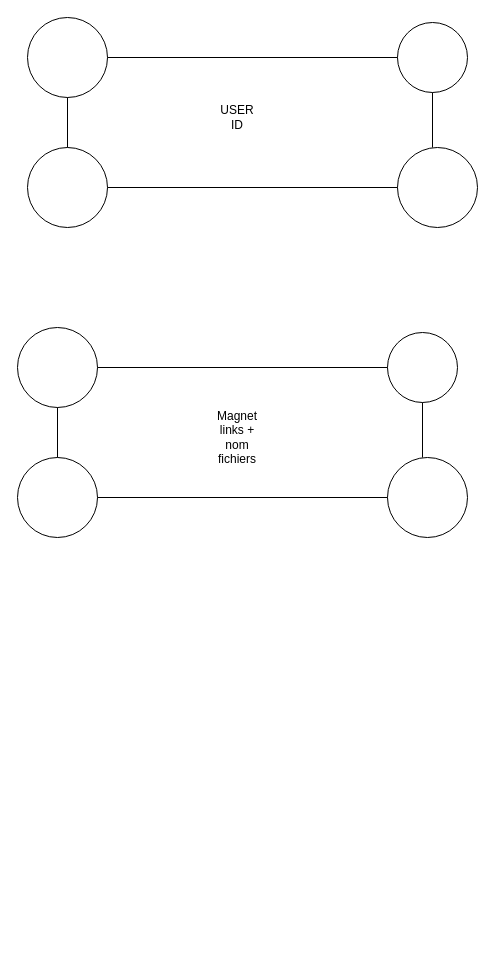
Before: Untitled Diagram.drawio in xYokilyoksx/SimpleBlogMVC, a draw.io diagram. Source tidied: cells renumbered, new cells numbered last; positions are measured from the earlier drawing's top-left corner, leaving out a move shared by most shapes. Both pictures are drawn from the tidied source at 100%, with x=0, y=0 at pixel (17, 17).
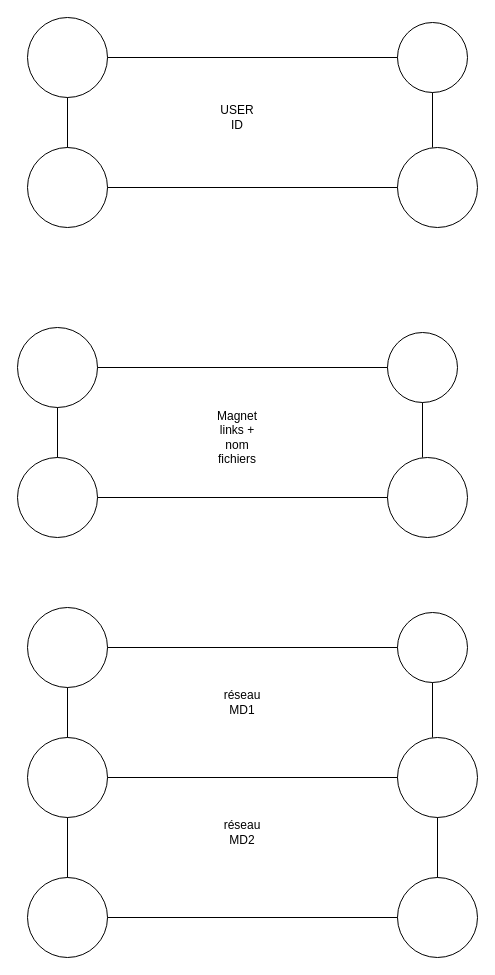
The same page after the edit.

Change to the diagram source:
```diff
@@
+    <mxCell id="20" style="ellipse;whiteSpace=wrap;html=1;" parent="1" vertex="1">
+      <mxGeometry x="10" y="590" width="80" height="80" as="geometry" />
+    </mxCell>
+    <mxCell id="21" style="ellipse;whiteSpace=wrap;html=1;" parent="1" vertex="1">
+      <mxGeometry x="10" y="720" width="80" height="80" as="geometry" />
+    </mxCell>
+    <mxCell id="22" style="ellipse;whiteSpace=wrap;html=1;" parent="1" vertex="1">
+      <mxGeometry x="380" y="720" width="80" height="80" as="geometry" />
+    </mxCell>
+    <mxCell id="23" style="ellipse;whiteSpace=wrap;html=1;" parent="1" vertex="1">
+      <mxGeometry x="380" y="595" width="70" height="70" as="geometry" />
+    </mxCell>
+    <mxCell id="24" style="endArrow=none;html=1;exitX=1;exitY=0.5;exitDx=0;exitDy=0;entryX=0;entryY=0.5;entryDx=0;entryDy=0;" parent="1" edge="1" source="20" target="23">
+      <mxGeometry relative="1" as="geometry" />
+    </mxCell>
+    <mxCell id="25" style="endArrow=none;html=1;exitX=1;exitY=0.5;exitDx=0;exitDy=0;entryX=0;entryY=0.5;entryDx=0;entryDy=0;" parent="1" edge="1" source="21" target="22">
+      <mxGeometry relative="1" as="geometry" />
+    </mxCell>
+    <mxCell id="26" style="endArrow=none;html=1;exitX=0.5;exitY=1;exitDx=0;exitDy=0;" parent="1" edge="1" source="23">
+      <mxGeometry relative="1" as="geometry">
+        <mxPoint x="415" y="720" as="targetPoint" />
+      </mxGeometry>
+    </mxCell>
+    <mxCell id="27" style="endArrow=none;html=1;exitX=0.5;exitY=1;exitDx=0;exitDy=0;entryX=0.5;entryY=0;entryDx=0;entryDy=0;" parent="1" edge="1" source="20" target="21">
+      <mxGeometry relative="1" as="geometry" />
+    </mxCell>
+    <mxCell id="28" style="ellipse;whiteSpace=wrap;html=1;" parent="1" vertex="1">
+      <mxGeometry x="10" y="860" width="80" height="80" as="geometry" />
+    </mxCell>
+    <mxCell id="29" style="endArrow=none;html=1;exitX=0.5;exitY=0;exitDx=0;exitDy=0;entryX=0.5;entryY=1;entryDx=0;entryDy=0;" parent="1" edge="1" source="28" target="21">
+      <mxGeometry relative="1" as="geometry" />
+    </mxCell>
+    <mxCell id="30" style="ellipse;whiteSpace=wrap;html=1;" parent="1" vertex="1">
+      <mxGeometry x="380" y="860" width="80" height="80" as="geometry" />
+    </mxCell>
+    <mxCell id="31" style="endArrow=none;html=1;exitX=1;exitY=0.5;exitDx=0;exitDy=0;entryX=0;entryY=0.5;entryDx=0;entryDy=0;" parent="1" edge="1" source="28" target="30">
+      <mxGeometry relative="1" as="geometry" />
+    </mxCell>
+    <mxCell id="32" style="endArrow=none;html=1;exitX=0.5;exitY=0;exitDx=0;exitDy=0;entryX=0.5;entryY=1;entryDx=0;entryDy=0;" parent="1" edge="1" source="30" target="22">
+      <mxGeometry relative="1" as="geometry" />
+    </mxCell>
+    <mxCell id="33" value="réseau MD1" style="text;html=1;strokeColor=none;fillColor=none;align=center;verticalAlign=middle;whiteSpace=wrap;rounded=0;" parent="1" vertex="1">
+      <mxGeometry x="200" y="670" width="50" height="30" as="geometry" />
+    </mxCell>
+    <mxCell id="34" value="réseau MD2" style="text;html=1;strokeColor=none;fillColor=none;align=center;verticalAlign=middle;whiteSpace=wrap;rounded=0;" parent="1" vertex="1">
+      <mxGeometry x="200" y="800" width="50" height="30" as="geometry" />
+    </mxCell>
```
